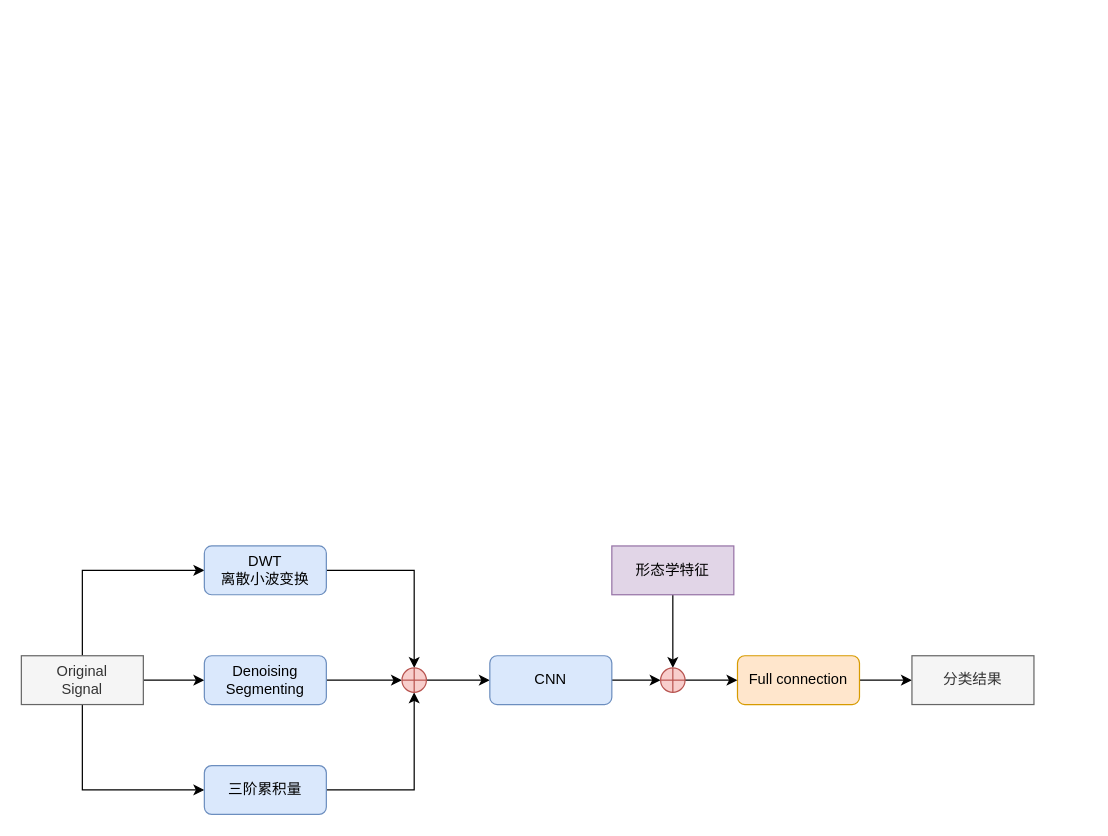
This is page "横向架构图" (2 of 4) of multi-channel-model.drawio from WensonLuo/Drowio, a draw.io file, before an edit. Source tidied: cells renumbered, new cells numbered last; positions are measured from the earlier drawing's top-left corner, leaving out a move shared by most shapes. Both pictures are drawn from the tidied source at 122%, with x=0, y=0 at pixel (21, 545).
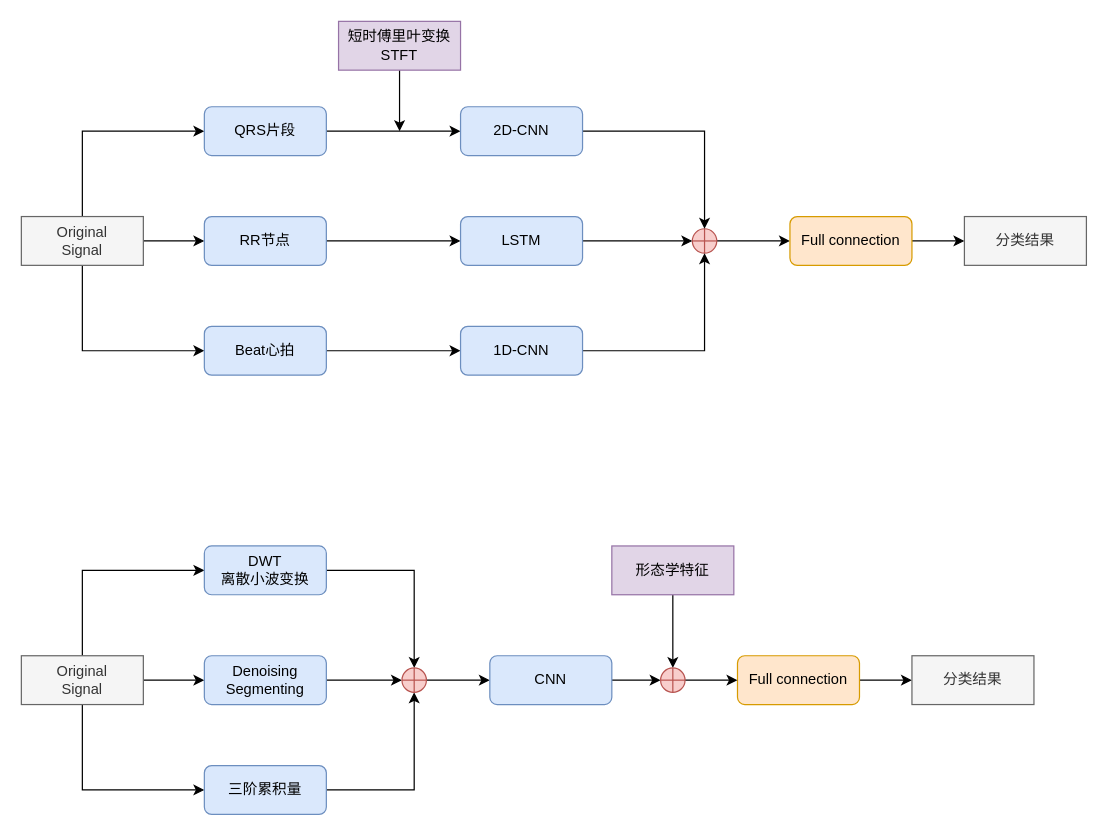
The same page after the edit.

Diff of the diagram source:
```diff
@@
+    <mxCell id="23" style="edgeStyle=orthogonalEdgeStyle;rounded=0;jettySize=auto;html=1;exitX=1;exitY=0.5;exitDx=0;exitDy=0;entryX=0;entryY=0.5;entryDx=0;entryDy=0;" parent="1" edge="1" source="26" target="28">
+      <mxGeometry relative="1" as="geometry" />
+    </mxCell>
+    <mxCell id="24" style="edgeStyle=orthogonalEdgeStyle;rounded=0;jettySize=auto;html=1;exitX=0.5;exitY=0;exitDx=0;exitDy=0;entryX=0;entryY=0.5;entryDx=0;entryDy=0;" parent="1" edge="1" source="26" target="31">
+      <mxGeometry relative="1" as="geometry" />
+    </mxCell>
+    <mxCell id="25" style="edgeStyle=orthogonalEdgeStyle;rounded=0;jettySize=auto;html=1;exitX=0.5;exitY=1;exitDx=0;exitDy=0;entryX=0;entryY=0.5;entryDx=0;entryDy=0;" parent="1" edge="1" source="26" target="33">
+      <mxGeometry relative="1" as="geometry" />
+    </mxCell>
+    <mxCell id="26" value="Original&lt;br&gt;Signal" style="rounded=0;whiteSpace=wrap;html=1;fillColor=#f5f5f5;strokeColor=#666666;fontColor=#333333;" parent="1" vertex="1">
+      <mxGeometry y="-270" width="100" height="40" as="geometry" />
+    </mxCell>
+    <mxCell id="27" style="edgeStyle=orthogonalEdgeStyle;rounded=0;jettySize=auto;html=1;exitX=1;exitY=0.5;exitDx=0;exitDy=0;entryX=0;entryY=0.5;entryDx=0;entryDy=0;" parent="1" edge="1" source="28" target="43">
+      <mxGeometry relative="1" as="geometry" />
+    </mxCell>
+    <mxCell id="28" value="RR节点" style="rounded=1;whiteSpace=wrap;html=1;fillColor=#dae8fc;strokeColor=#6c8ebf;" parent="1" vertex="1">
+      <mxGeometry x="150" y="-270" width="100" height="40" as="geometry" />
+    </mxCell>
+    <mxCell id="29" style="edgeStyle=orthogonalEdgeStyle;rounded=0;jettySize=auto;html=1;exitX=1;exitY=0.5;exitDx=0;exitDy=0;exitPerimeter=0;entryX=0;entryY=0.5;entryDx=0;entryDy=0;" parent="1" edge="1" source="37" target="35">
+      <mxGeometry relative="1" as="geometry" />
+    </mxCell>
+    <mxCell id="30" style="edgeStyle=orthogonalEdgeStyle;rounded=0;jettySize=auto;html=1;exitX=1;exitY=0.5;exitDx=0;exitDy=0;entryX=0;entryY=0.5;entryDx=0;entryDy=0;" parent="1" edge="1" source="31" target="39">
+      <mxGeometry relative="1" as="geometry" />
+    </mxCell>
+    <mxCell id="31" value="QRS片段" style="rounded=1;whiteSpace=wrap;html=1;fillColor=#dae8fc;strokeColor=#6c8ebf;" parent="1" vertex="1">
+      <mxGeometry x="150" y="-360" width="100" height="40" as="geometry" />
+    </mxCell>
+    <mxCell id="32" style="edgeStyle=orthogonalEdgeStyle;rounded=0;jettySize=auto;html=1;exitX=1;exitY=0.5;exitDx=0;exitDy=0;entryX=0;entryY=0.5;entryDx=0;entryDy=0;" parent="1" edge="1" source="33" target="45">
+      <mxGeometry relative="1" as="geometry" />
+    </mxCell>
+    <mxCell id="33" value="Beat心拍" style="rounded=1;whiteSpace=wrap;html=1;fillColor=#dae8fc;strokeColor=#6c8ebf;" parent="1" vertex="1">
+      <mxGeometry x="150" y="-180" width="100" height="40" as="geometry" />
+    </mxCell>
+    <mxCell id="34" style="edgeStyle=orthogonalEdgeStyle;rounded=0;jettySize=auto;html=1;exitX=1;exitY=0.5;exitDx=0;exitDy=0;" parent="1" edge="1" source="35" target="36">
+      <mxGeometry relative="1" as="geometry" />
+    </mxCell>
+    <mxCell id="35" value="Full connection" style="rounded=1;whiteSpace=wrap;html=1;fillColor=#ffe6cc;strokeColor=#d79b00;" parent="1" vertex="1">
+      <mxGeometry x="630" y="-270" width="100" height="40" as="geometry" />
+    </mxCell>
+    <mxCell id="36" value="分类结果" style="rounded=0;whiteSpace=wrap;html=1;fillColor=#f5f5f5;strokeColor=#666666;fontColor=#333333;" parent="1" vertex="1">
+      <mxGeometry x="773" y="-270" width="100" height="40" as="geometry" />
+    </mxCell>
+    <mxCell id="37" style="verticalLabelPosition=bottom;verticalAlign=top;html=1;shape=mxgraph.flowchart.summing_function;fillColor=#f8cecc;strokeColor=#b85450;" parent="1" vertex="1">
+      <mxGeometry x="550" y="-260" width="20" height="20" as="geometry" />
+    </mxCell>
+    <mxCell id="38" style="edgeStyle=orthogonalEdgeStyle;rounded=0;jettySize=auto;html=1;exitX=1;exitY=0.5;exitDx=0;exitDy=0;entryX=0.5;entryY=0;entryDx=0;entryDy=0;entryPerimeter=0;" parent="1" edge="1" source="39" target="37">
+      <mxGeometry relative="1" as="geometry" />
+    </mxCell>
+    <mxCell id="39" value="2D-CNN" style="rounded=1;whiteSpace=wrap;html=1;fillColor=#dae8fc;strokeColor=#6c8ebf;" parent="1" vertex="1">
+      <mxGeometry x="360" y="-360" width="100" height="40" as="geometry" />
+    </mxCell>
+    <mxCell id="40" style="edgeStyle=orthogonalEdgeStyle;rounded=0;jettySize=auto;html=1;exitX=0.5;exitY=1;exitDx=0;exitDy=0;" parent="1" edge="1" source="41">
+      <mxGeometry relative="1" as="geometry">
+        <mxPoint x="310" y="-340" as="targetPoint" />
+      </mxGeometry>
+    </mxCell>
+    <mxCell id="41" value="短时傅里叶变换&lt;br&gt;STFT" style="rounded=0;whiteSpace=wrap;html=1;fillColor=#e1d5e7;strokeColor=#9673a6;" parent="1" vertex="1">
+      <mxGeometry x="260" y="-430" width="100" height="40" as="geometry" />
+    </mxCell>
+    <mxCell id="42" style="edgeStyle=orthogonalEdgeStyle;rounded=0;jettySize=auto;html=1;exitX=1;exitY=0.5;exitDx=0;exitDy=0;entryX=0;entryY=0.5;entryDx=0;entryDy=0;entryPerimeter=0;" parent="1" edge="1" source="43" target="37">
+      <mxGeometry relative="1" as="geometry" />
+    </mxCell>
+    <mxCell id="43" value="LSTM" style="rounded=1;whiteSpace=wrap;html=1;fillColor=#dae8fc;strokeColor=#6c8ebf;" parent="1" vertex="1">
+      <mxGeometry x="360" y="-270" width="100" height="40" as="geometry" />
+    </mxCell>
+    <mxCell id="44" style="edgeStyle=orthogonalEdgeStyle;rounded=0;jettySize=auto;html=1;exitX=1;exitY=0.5;exitDx=0;exitDy=0;entryX=0.5;entryY=1;entryDx=0;entryDy=0;entryPerimeter=0;" parent="1" edge="1" source="45" target="37">
+      <mxGeometry relative="1" as="geometry" />
+    </mxCell>
+    <mxCell id="45" value="1D-CNN" style="rounded=1;whiteSpace=wrap;html=1;fillColor=#dae8fc;strokeColor=#6c8ebf;" parent="1" vertex="1">
+      <mxGeometry x="360" y="-180" width="100" height="40" as="geometry" />
+    </mxCell>
```
